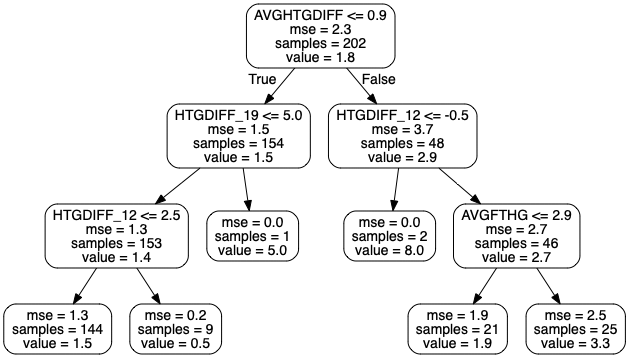
The Graphviz diagram small_tree_home.png in nichohelmut/bookie, before a commit. Its source is kept beside it as small_tree_home.dot. Its diagram source:
```dot
digraph Tree {
node [shape=box, style="rounded", color="black", fontname=helvetica] ;
edge [fontname=helvetica] ;
0 [label="AVGHTGDIFF <= 0.9\nmse = 2.3\nsamples = 202\nvalue = 1.8"] ;
1 [label="HTGDIFF_19 <= 5.0\nmse = 1.5\nsamples = 154\nvalue = 1.5"] ;
0 -> 1 [labeldistance=2.5, labelangle=45, headlabel="True"] ;
2 [label="HTGDIFF_12 <= 2.5\nmse = 1.3\nsamples = 153\nvalue = 1.4"] ;
1 -> 2 ;
3 [label="mse = 1.3\nsamples = 144\nvalue = 1.5"] ;
2 -> 3 ;
4 [label="mse = 0.2\nsamples = 9\nvalue = 0.5"] ;
2 -> 4 ;
5 [label="mse = 0.0\nsamples = 1\nvalue = 5.0"] ;
1 -> 5 ;
6 [label="HTGDIFF_12 <= -0.5\nmse = 3.7\nsamples = 48\nvalue = 2.9"] ;
0 -> 6 [labeldistance=2.5, labelangle=-45, headlabel="False"] ;
7 [label="mse = 0.0\nsamples = 2\nvalue = 8.0"] ;
6 -> 7 ;
8 [label="AVGFTHG <= 2.9\nmse = 2.7\nsamples = 46\nvalue = 2.7"] ;
6 -> 8 ;
9 [label="mse = 1.9\nsamples = 21\nvalue = 1.9"] ;
8 -> 9 ;
10 [label="mse = 2.5\nsamples = 25\nvalue = 3.3"] ;
8 -> 10 ;
}
```
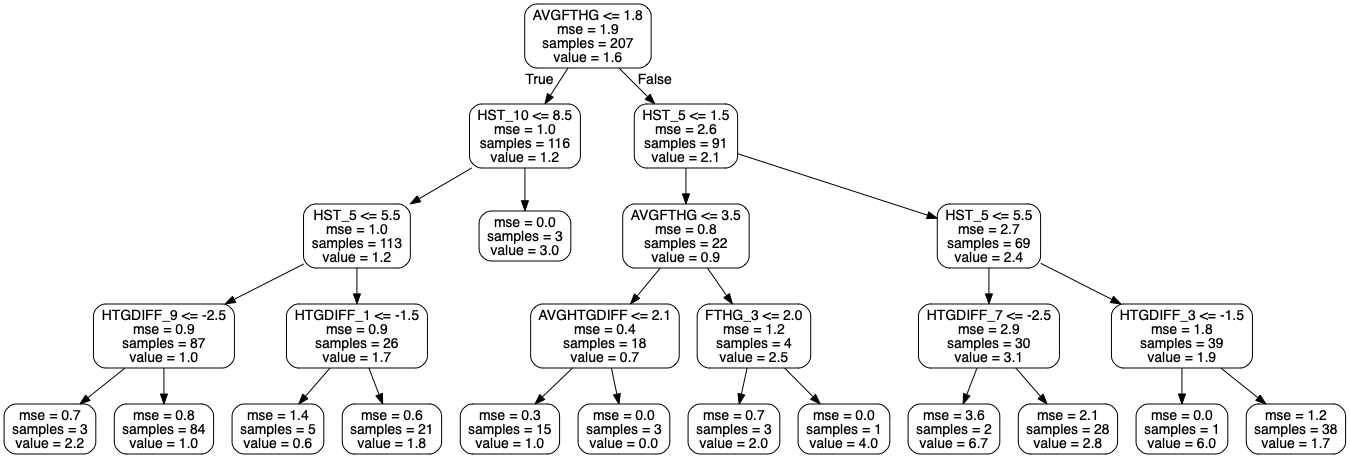
The same file after the commit.

What changed in the source:
```diff
@@ -1,25 +1,53 @@
 digraph Tree {
 node [shape=box, style="rounded", color="black", fontname=helvetica] ;
 edge [fontname=helvetica] ;
-0 [label="AVGHTGDIFF <= 0.9\nmse = 2.3\nsamples = 202\nvalue = 1.8"] ;
-1 [label="HTGDIFF_19 <= 5.0\nmse = 1.5\nsamples = 154\nvalue = 1.5"] ;
+0 [label="AVGFTHG <= 1.8\nmse = 1.9\nsamples = 207\nvalue = 1.6"] ;
+1 [label="HST_10 <= 8.5\nmse = 1.0\nsamples = 116\nvalue = 1.2"] ;
 0 -> 1 [labeldistance=2.5, labelangle=45, headlabel="True"] ;
-2 [label="HTGDIFF_12 <= 2.5\nmse = 1.3\nsamples = 153\nvalue = 1.4"] ;
+2 [label="HST_5 <= 5.5\nmse = 1.0\nsamples = 113\nvalue = 1.2"] ;
 1 -> 2 ;
-3 [label="mse = 1.3\nsamples = 144\nvalue = 1.5"] ;
+3 [label="HTGDIFF_9 <= -2.5\nmse = 0.9\nsamples = 87\nvalue = 1.0"] ;
 2 -> 3 ;
-4 [label="mse = 0.2\nsamples = 9\nvalue = 0.5"] ;
-2 -> 4 ;
-5 [label="mse = 0.0\nsamples = 1\nvalue = 5.0"] ;
-1 -> 5 ;
-6 [label="HTGDIFF_12 <= -0.5\nmse = 3.7\nsamples = 48\nvalue = 2.9"] ;
-0 -> 6 [labeldistance=2.5, labelangle=-45, headlabel="False"] ;
-7 [label="mse = 0.0\nsamples = 2\nvalue = 8.0"] ;
+4 [label="mse = 0.7\nsamples = 3\nvalue = 2.2"] ;
+3 -> 4 ;
+5 [label="mse = 0.8\nsamples = 84\nvalue = 1.0"] ;
+3 -> 5 ;
+6 [label="HTGDIFF_1 <= -1.5\nmse = 0.9\nsamples = 26\nvalue = 1.7"] ;
+2 -> 6 ;
+7 [label="mse = 1.4\nsamples = 5\nvalue = 0.6"] ;
 6 -> 7 ;
-8 [label="AVGFTHG <= 2.9\nmse = 2.7\nsamples = 46\nvalue = 2.7"] ;
+8 [label="mse = 0.6\nsamples = 21\nvalue = 1.8"] ;
 6 -> 8 ;
-9 [label="mse = 1.9\nsamples = 21\nvalue = 1.9"] ;
-8 -> 9 ;
-10 [label="mse = 2.5\nsamples = 25\nvalue = 3.3"] ;
-8 -> 10 ;
+9 [label="mse = 0.0\nsamples = 3\nvalue = 3.0"] ;
+1 -> 9 ;
+10 [label="HST_5 <= 1.5\nmse = 2.6\nsamples = 91\nvalue = 2.1"] ;
+0 -> 10 [labeldistance=2.5, labelangle=-45, headlabel="False"] ;
+11 [label="AVGFTHG <= 3.5\nmse = 0.8\nsamples = 22\nvalue = 0.9"] ;
+10 -> 11 ;
+12 [label="AVGHTGDIFF <= 2.1\nmse = 0.4\nsamples = 18\nvalue = 0.7"] ;
+11 -> 12 ;
+13 [label="mse = 0.3\nsamples = 15\nvalue = 1.0"] ;
+12 -> 13 ;
+14 [label="mse = 0.0\nsamples = 3\nvalue = 0.0"] ;
+12 -> 14 ;
+15 [label="FTHG_3 <= 2.0\nmse = 1.2\nsamples = 4\nvalue = 2.5"] ;
+11 -> 15 ;
+16 [label="mse = 0.7\nsamples = 3\nvalue = 2.0"] ;
+15 -> 16 ;
+17 [label="mse = 0.0\nsamples = 1\nvalue = 4.0"] ;
+15 -> 17 ;
+18 [label="HST_5 <= 5.5\nmse = 2.7\nsamples = 69\nvalue = 2.4"] ;
+10 -> 18 ;
+19 [label="HTGDIFF_7 <= -2.5\nmse = 2.9\nsamples = 30\nvalue = 3.1"] ;
+18 -> 19 ;
+20 [label="mse = 3.6\nsamples = 2\nvalue = 6.7"] ;
+19 -> 20 ;
+21 [label="mse = 2.1\nsamples = 28\nvalue = 2.8"] ;
+19 -> 21 ;
+22 [label="HTGDIFF_3 <= -1.5\nmse = 1.8\nsamples = 39\nvalue = 1.9"] ;
+18 -> 22 ;
+23 [label="mse = 0.0\nsamples = 1\nvalue = 6.0"] ;
+22 -> 23 ;
+24 [label="mse = 1.2\nsamples = 38\nvalue = 1.7"] ;
+22 -> 24 ;
 }
```
